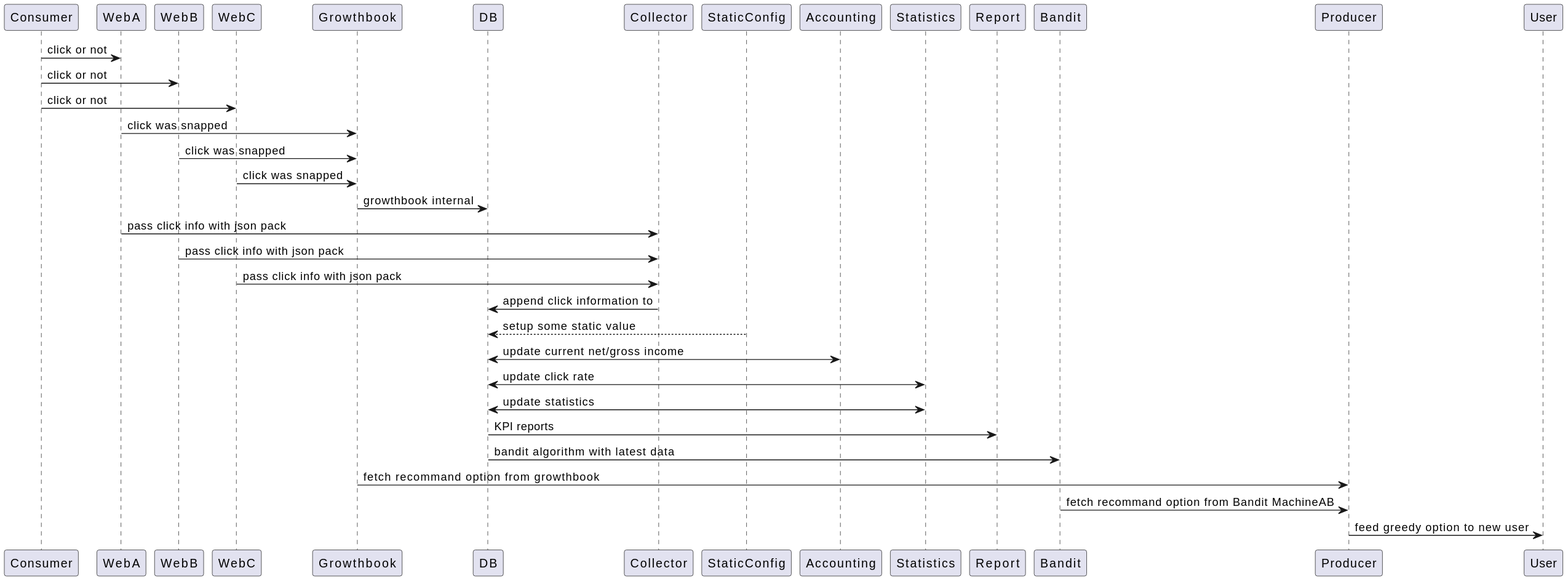
The PlantUML diagram 20220504_homework/bandit_homework.svg in blankaII/my_bandit_test, before a commit.
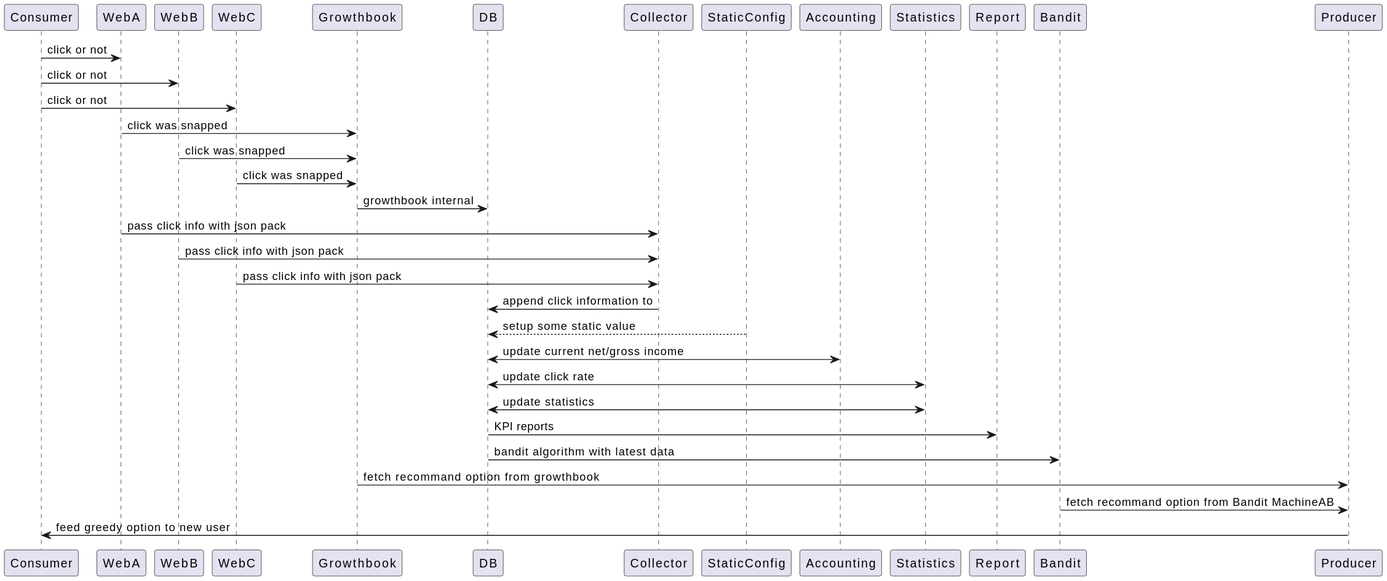
Later version of the same file.

Diff of the diagram source:
```diff
@@ -18,5 +18,5 @@
 DB -> Bandit : bandit algorithm with latest data
 Growthbook -> Producer : fetch recommand option from growthbook
 Bandit -> Producer : fetch recommand option from Bandit MachineAB
-Producer -> User : feed greedy option to new user
+Producer -> Consumer : feed greedy option to new user
 @enduml
```
